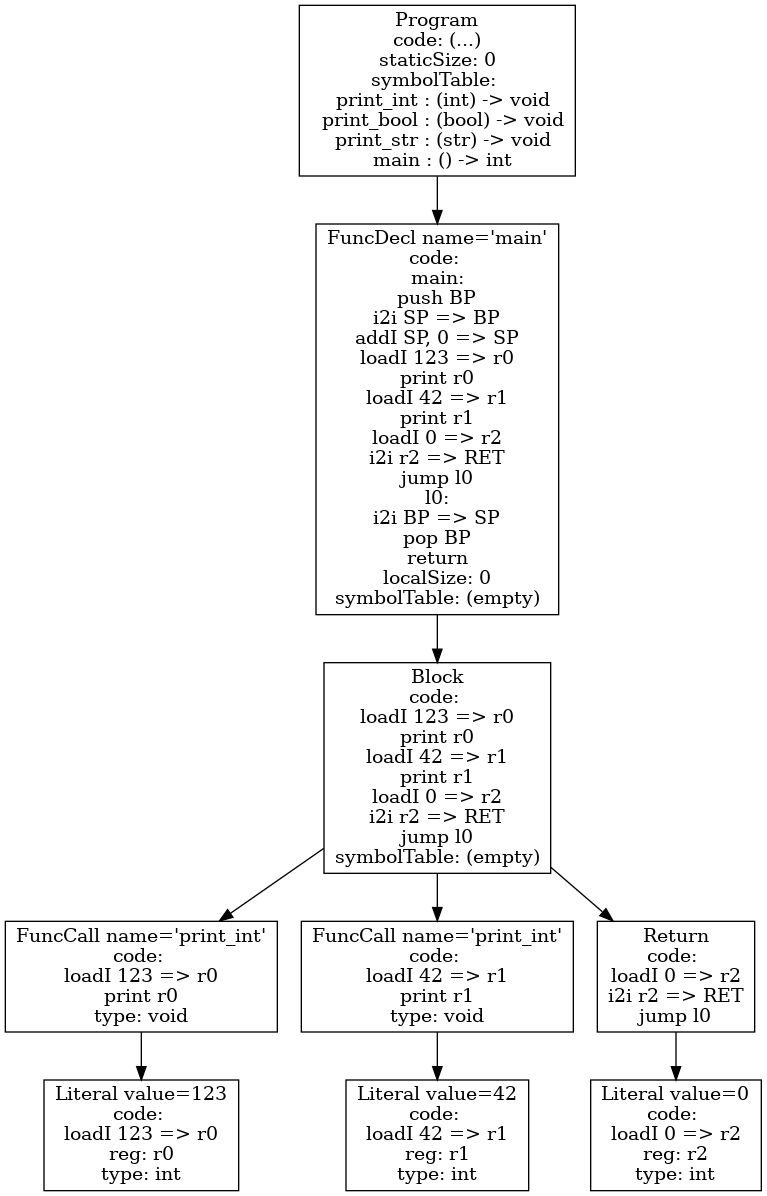
Above: p4-codegen/ast.png in tran3jm/f22_compilers (Graphviz), before the change. Its source is kept beside it as p4-codegen/ast.dot.
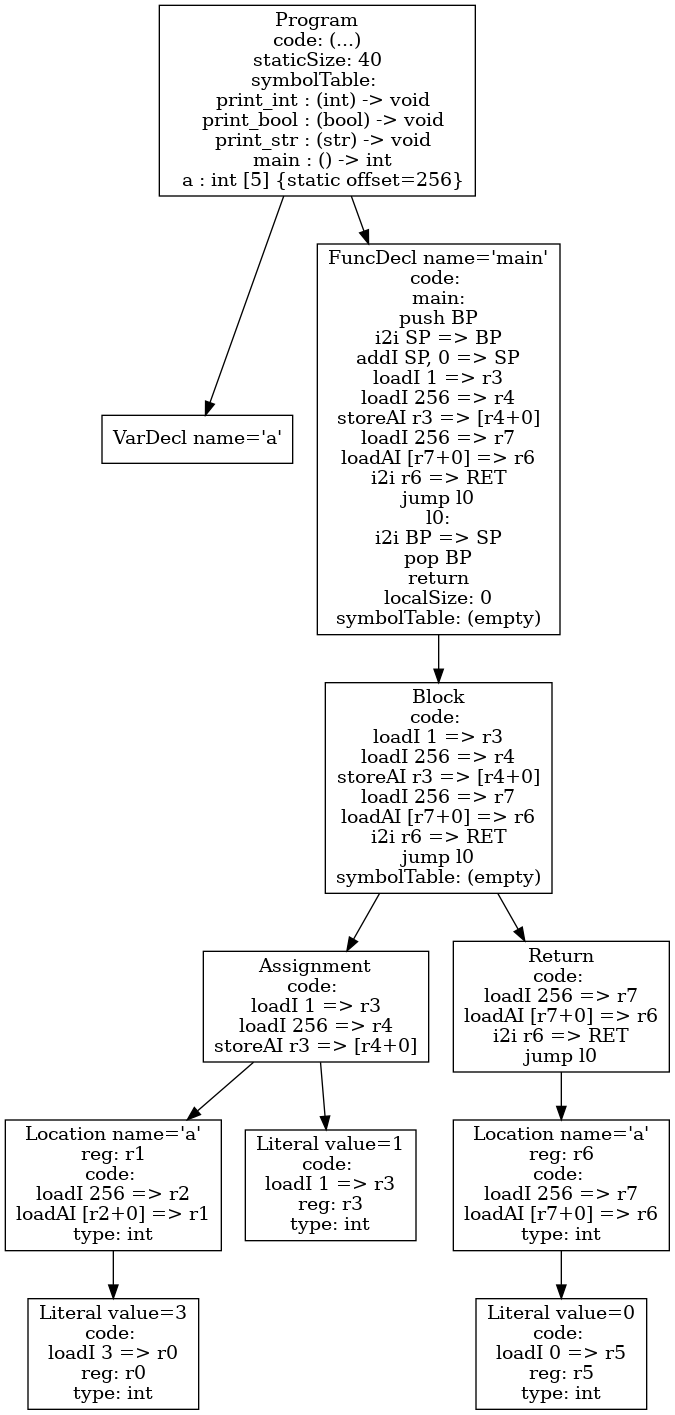
After the commit.

Change to the diagram source:
```diff
@@ -1,23 +1,23 @@
 digraph AST {
-4 [shape=box, label="Literal value='Hello, world!\n'\ncode: \nloadI "Hello, world!\n" => r0\nreg: r0\ntype: str"];
-3 [shape=box, label="FuncCall name='print_str'\ncode: \nprint "Hello, world!\n"\ntype: void"];
+1 [shape=box, label="VarDecl name='a'"];
+6 [shape=box, label="Literal value=3\ncode: \nloadI 3 => r0\nreg: r0\ntype: int"];
+5 [shape=box, label="Location name='a'\nreg: r1\ncode: \nloadI 256 => r2\nloadAI [r2+0] => r1\ntype: int"];
+5 -> 6;
+7 [shape=box, label="Literal value=1\ncode: \nloadI 1 => r3\nreg: r3\ntype: int"];
+4 [shape=box, label="Assignment\ncode: \nloadI 1 => r3\nloadI 256 => r4\nstoreAI r3 => [r4+0]"];
+4 -> 5;
+4 -> 7;
+10 [shape=box, label="Literal value=0\ncode: \nloadI 0 => r5\nreg: r5\ntype: int"];
+9 [shape=box, label="Location name='a'\nreg: r6\ncode: \nloadI 256 => r7\nloadAI [r7+0] => r6\ntype: int"];
+9 -> 10;
+8 [shape=box, label="Return\ncode: \nloadI 256 => r7\nloadAI [r7+0] => r6\ni2i r6 => RET\njump l0"];
+8 -> 9;
+3 [shape=box, label="Block\ncode: \nloadI 1 => r3\nloadI 256 => r4\nstoreAI r3 => [r4+0]\nloadI 256 => r7\nloadAI [r7+0] => r6\ni2i r6 => RET\njump l0\nsymbolTable: (empty)"];
 3 -> 4;
-6 [shape=box, label="Literal value='My name is \"Decaf\"\n'\ncode: \nloadI "My name is \"Decaf\"\n" => r1\nreg: r1\ntype: str"];
-5 [shape=box, label="FuncCall name='print_str'\ncode: \nprint "My name is \"Decaf\"\n"\ntype: void"];
-5 -> 6;
-8 [shape=box, label="Literal value='Good\tbye!\n'\ncode: \nloadI "Good\tbye!\n" => r2\nreg: r2\ntype: str"];
-7 [shape=box, label="FuncCall name='print_str'\ncode: \nprint "Good\tbye!\n"\ntype: void"];
-7 -> 8;
-10 [shape=box, label="Literal value=0\ncode: \nloadI 0 => r3\nreg: r3\ntype: int"];
-9 [shape=box, label="Return\ncode: \nloadI 0 => r3\ni2i r3 => RET\njump l0"];
-9 -> 10;
-2 [shape=box, label="Block\ncode: \nprint "Hello, world!\n"\nprint "My name is \"Decaf\"\n"\nprint "Good\tbye!\n"\nloadI 0 => r3\ni2i r3 => RET\njump l0\nsymbolTable: (empty)"];
+3 -> 8;
+2 [shape=box, label="FuncDecl name='main'\ncode: \nmain:\npush BP\ni2i SP => BP\naddI SP, 0 => SP\nloadI 1 => r3\nloadI 256 => r4\nstoreAI r3 => [r4+0]\nloadI 256 => r7\nloadAI [r7+0] => r6\ni2i r6 => RET\njump l0\nl0:\ni2i BP => SP\npop BP\nreturn\nlocalSize: 0\nsymbolTable: (empty)"];
 2 -> 3;
-2 -> 5;
-2 -> 7;
-2 -> 9;
-1 [shape=box, label="FuncDecl name='main'\ncode: \nmain:\npush BP\ni2i SP => BP\naddI SP, 0 => SP\nprint "Hello, world!\n"\nprint "My name is \"Decaf\"\n"\nprint "Good\tbye!\n"\nloadI 0 => r3\ni2i r3 => RET\njump l0\nl0:\ni2i BP => SP\npop BP\nreturn\nlocalSize: 0\nsymbolTable: (empty)"];
-1 -> 2;
-0 [shape=box, label="Program\ncode: (...)\nstaticSize: 0\nsymbolTable: \n  print_int : (int) -> void\n  print_bool : (bool) -> void\n  print_str : (str) -> void\n  main : () -> int"];
+0 [shape=box, label="Program\ncode: (...)\nstaticSize: 40\nsymbolTable: \n  print_int : (int) -> void\n  print_bool : (bool) -> void\n  print_str : (str) -> void\n  main : () -> int\n  a : int [5] {static offset=256}"];
 0 -> 1;
+0 -> 2;
 }
```
